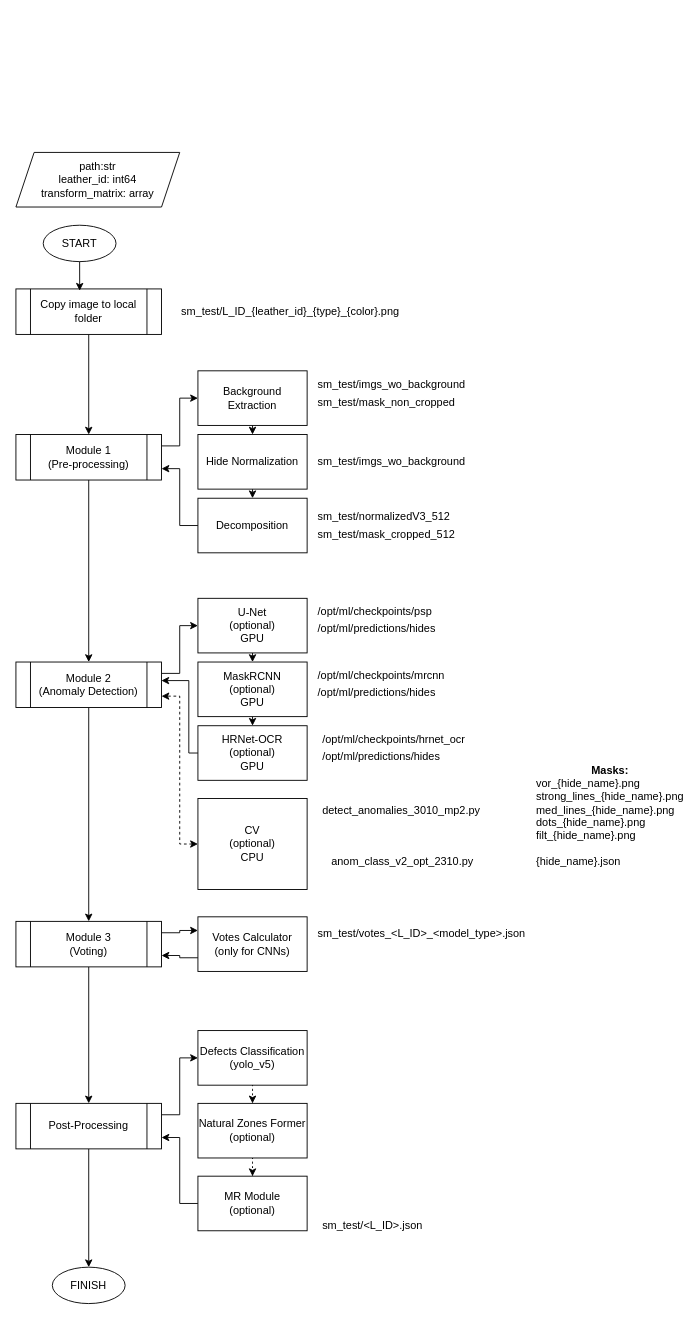
Earlier version of the draw.io diagram local_defect.drawio (Mike335207/work). Source tidied: cells renumbered, new cells numbered last; positions are measured from the earlier drawing's top-left corner, leaving out a move shared by most shapes. Both pictures are drawn from the tidied source at 91%, with x=0, y=0 at pixel (15, 152).
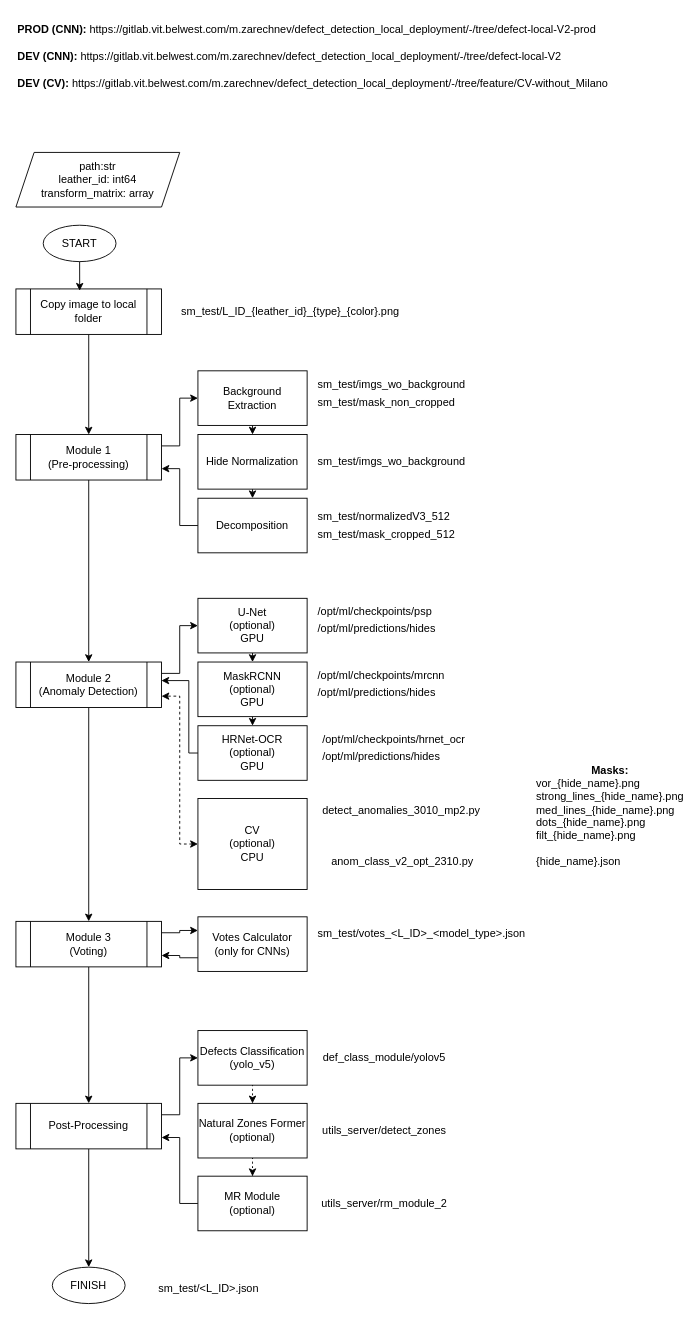
Above is the later version.

The edit, as a diff of the source:
```diff
@@
     <mxCell id="48" value="sm_test/&amp;lt;L_ID&amp;gt;.json" style="text;whiteSpace=wrap;html=1;" parent="1" vertex="1">
-      <mxGeometry x="335" y="1165" width="240" height="30" as="geometry" />
+      <mxGeometry x="155" y="1235" width="240" height="30" as="geometry" />
     </mxCell>
@@
+    <mxCell id="60" value="utils_server/detect_zones" style="text;html=1;strokeColor=none;fillColor=none;align=center;verticalAlign=middle;whiteSpace=wrap;rounded=0;" parent="1" vertex="1">
+      <mxGeometry x="375" y="1060" width="60" height="30" as="geometry" />
+    </mxCell>
+    <mxCell id="61" value="utils_server/rm_module_2" style="text;html=1;strokeColor=none;fillColor=none;align=center;verticalAlign=middle;whiteSpace=wrap;rounded=0;" parent="1" vertex="1">
+      <mxGeometry x="375" y="1140" width="60" height="30" as="geometry" />
+    </mxCell>
+    <mxCell id="62" value="def_class_module/yolov5" style="text;html=1;strokeColor=none;fillColor=none;align=center;verticalAlign=middle;whiteSpace=wrap;rounded=0;" parent="1" vertex="1">
+      <mxGeometry x="375" y="980" width="60" height="30" as="geometry" />
+    </mxCell>
+    <mxCell id="63" value="&lt;b&gt;PROD (CNN):&lt;/b&gt;&amp;nbsp;https://gitlab.vit.belwest.com/m.zarechnev/defect_detection_local_deployment/-/tree/defect-local-V2-prod" style="text;html=1;strokeColor=none;fillColor=none;align=left;verticalAlign=middle;whiteSpace=wrap;rounded=0;" parent="1" vertex="1">
+      <mxGeometry y="-150" width="650" height="30" as="geometry" />
+    </mxCell>
+    <mxCell id="64" value="&lt;b&gt;DEV (CNN):&lt;/b&gt;&amp;nbsp;https://gitlab.vit.belwest.com/m.zarechnev/defect_detection_local_deployment/-/tree/defect-local-V2" style="text;html=1;strokeColor=none;fillColor=none;align=left;verticalAlign=middle;whiteSpace=wrap;rounded=0;" parent="1" vertex="1">
+      <mxGeometry y="-120" width="660" height="30" as="geometry" />
+    </mxCell>
+    <mxCell id="65" value="&lt;b&gt;DEV (CV):&lt;/b&gt; https://gitlab.vit.belwest.com/m.zarechnev/defect_detection_local_deployment/-/tree/feature/CV-without_Milano" style="text;html=1;strokeColor=none;fillColor=none;align=left;verticalAlign=middle;whiteSpace=wrap;rounded=0;" parent="1" vertex="1">
+      <mxGeometry y="-90" width="680" height="30" as="geometry" />
+    </mxCell>
```
